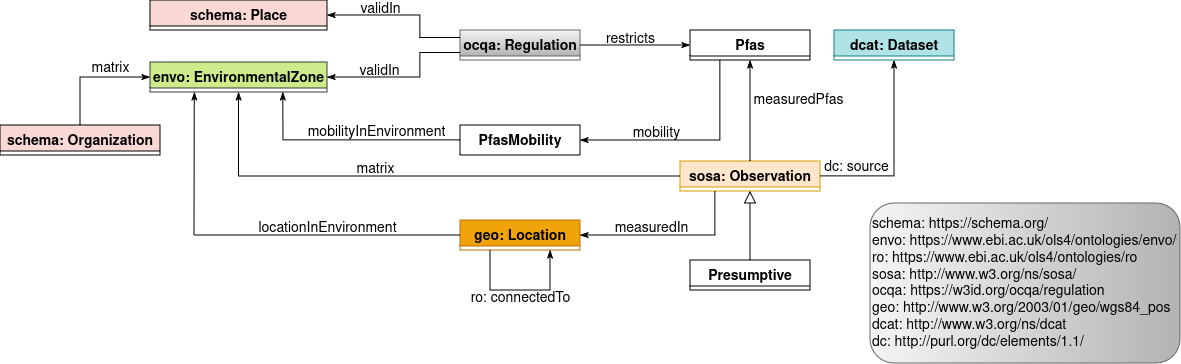
This is ontology/schemas/schema_measurement.png from davide1797/OntoPFAS, a draw.io export, as it was before one commit. Source tidied: cells renumbered, new cells last; positions are measured from the earlier drawing's top-left corner, leaving out a move shared by most shapes.
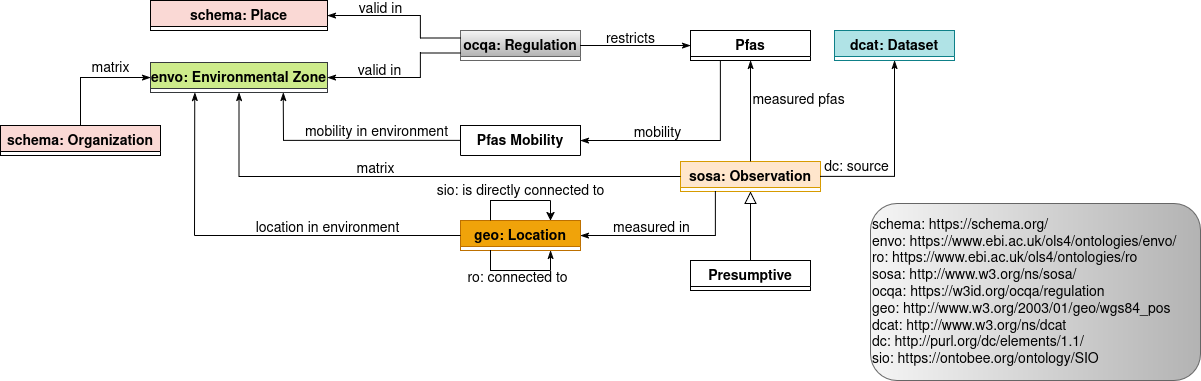
Above is the later version.

The edit, as a diff of the source:
```diff
@@ -11,13 +11,13 @@
     <mxCell id="4" value="schema: Place" style="swimlane;fontStyle=1;align=center;verticalAlign=top;horizontal=1;startSize=26;rounded=0;shadow=0;strokeWidth=1;fontSize=14;fillColor=#FAD9D5;" parent="1" vertex="1">
       <mxGeometry x="150" width="177" height="30" as="geometry" />
     </mxCell>
-    <mxCell id="5" value="envo: EnvironmentalZone" style="swimlane;fontStyle=1;align=center;verticalAlign=top;horizontal=1;startSize=26;rounded=0;shadow=0;strokeWidth=1;fontSize=14;fillColor=#CDEB8B;strokeColor=#36393d;" parent="1" vertex="1">
+    <mxCell id="5" value="envo: Environmental Zone" style="swimlane;fontStyle=1;align=center;verticalAlign=top;horizontal=1;startSize=26;rounded=0;shadow=0;strokeWidth=1;fontSize=14;fillColor=#CDEB8B;strokeColor=#36393d;" parent="1" vertex="1">
       <mxGeometry x="150" y="62" width="177" height="30" as="geometry" />
     </mxCell>
     <mxCell id="6" value="ocqa: Regulation" style="swimlane;fontStyle=1;align=center;verticalAlign=top;horizontal=1;startSize=26;rounded=0;shadow=0;strokeWidth=1;fontSize=14;fillColor=#f5f5f5;strokeColor=#666666;gradientColor=#B3B3B3;" parent="1" vertex="1">
       <mxGeometry x="460" y="30" width="120" height="30" as="geometry" />
     </mxCell>
-    <mxCell id="7" value="PfasMobility" style="swimlane;fontStyle=1;align=center;verticalAlign=top;horizontal=1;startSize=30;rounded=0;shadow=0;strokeWidth=1;fontSize=14;" parent="1" vertex="1">
+    <mxCell id="7" value="Pfas Mobility" style="swimlane;fontStyle=1;align=center;verticalAlign=top;horizontal=1;startSize=30;rounded=0;shadow=0;strokeWidth=1;fontSize=14;" parent="1" vertex="1">
       <mxGeometry x="460" y="125" width="120" height="30" as="geometry" />
     </mxCell>
     <mxCell id="8" value="sosa: Observation" style="swimlane;fontStyle=1;align=center;verticalAlign=top;horizontal=1;startSize=26;rounded=0;shadow=0;strokeWidth=1;fontSize=14;fillColor=#FFE6CC;strokeColor=#d79b00;" parent="1" vertex="1">
@@ -25,14 +25,14 @@
     </mxCell>
     <mxCell id="9" style="endArrow=none;shadow=0;strokeWidth=1;rounded=0;curved=0;endFill=0;edgeStyle=elbowEdgeStyle;elbow=vertical;exitX=0.25;exitY=1;exitDx=0;exitDy=0;" parent="1" edge="1" source="3">
       <mxGeometry x="0.5" y="41" relative="1" as="geometry">
-        <mxPoint x="550" y="280" as="targetPoint" />
+        <mxPoint x="550" y="270" as="targetPoint" />
         <Array as="points">
-          <mxPoint x="520" y="290" />
+          <mxPoint x="520" y="270" />
         </Array>
         <mxPoint x="-40" y="32" as="offset" />
       </mxGeometry>
     </mxCell>
-    <mxCell id="10" value="ro: connectedTo" style="text;html=1;align=center;verticalAlign=middle;labelBackgroundColor=none;rounded=0;shadow=0;strokeWidth=1;fontSize=14;" parent="9" vertex="1">
+    <mxCell id="10" value="ro: connected to" style="text;html=1;align=center;verticalAlign=middle;labelBackgroundColor=none;rounded=0;shadow=0;strokeWidth=1;fontSize=14;" parent="9" vertex="1">
       <mxGeometry x="0.5" y="49" relative="1" as="geometry">
         <mxPoint x="-13" y="57" as="offset" />
       </mxGeometry>
@@ -64,7 +64,7 @@
         <mxPoint x="-40" y="32" as="offset" />
       </mxGeometry>
     </mxCell>
-    <mxCell id="15" value="&lt;div&gt;measuredPfas&lt;/div&gt;" style="text;html=1;align=center;verticalAlign=middle;labelBackgroundColor=none;rounded=0;shadow=0;strokeWidth=1;fontSize=14;" parent="14" vertex="1">
+    <mxCell id="15" value="&lt;div&gt;measured pfas&lt;/div&gt;" style="text;html=1;align=center;verticalAlign=middle;labelBackgroundColor=none;rounded=0;shadow=0;strokeWidth=1;fontSize=14;" parent="14" vertex="1">
       <mxGeometry x="0.5" y="49" relative="1" as="geometry">
         <mxPoint x="97" y="15" as="offset" />
       </mxGeometry>
@@ -77,7 +77,7 @@
         <mxPoint x="-40" y="32" as="offset" />
       </mxGeometry>
     </mxCell>
-    <mxCell id="17" value="measuredIn" style="text;html=1;align=center;verticalAlign=middle;labelBackgroundColor=none;rounded=0;shadow=0;strokeWidth=1;fontSize=14;" parent="16" vertex="1">
+    <mxCell id="17" value="measured in" style="text;html=1;align=center;verticalAlign=middle;labelBackgroundColor=none;rounded=0;shadow=0;strokeWidth=1;fontSize=14;" parent="16" vertex="1">
       <mxGeometry x="0.5" y="49" relative="1" as="geometry">
         <mxPoint x="26" y="-56" as="offset" />
       </mxGeometry>
@@ -91,7 +91,7 @@
         <mxPoint x="-40" y="32" as="offset" />
       </mxGeometry>
     </mxCell>
-    <mxCell id="19" value="validIn" style="text;html=1;align=center;verticalAlign=middle;labelBackgroundColor=none;rounded=0;shadow=0;strokeWidth=1;fontSize=14;" parent="18" vertex="1">
+    <mxCell id="19" value="valid in" style="text;html=1;align=center;verticalAlign=middle;labelBackgroundColor=none;rounded=0;shadow=0;strokeWidth=1;fontSize=14;" parent="18" vertex="1">
       <mxGeometry x="0.5" y="49" relative="1" as="geometry">
         <mxPoint x="24" y="-55" as="offset" />
       </mxGeometry>
@@ -125,7 +125,7 @@
     </mxCell>
     <mxCell id="26" style="endArrow=classicThin;html=1;rounded=0;entryX=0.75;entryY=1;entryDx=0;entryDy=0;endFill=1;" parent="1" edge="1" target="3">
       <mxGeometry relative="1" as="geometry">
-        <mxPoint x="550" y="280" as="sourcePoint" />
+        <mxPoint x="550" y="270" as="sourcePoint" />
       </mxGeometry>
     </mxCell>
     <mxCell id="27" style="endArrow=none;html=1;rounded=0;entryX=0;entryY=0.25;entryDx=0;entryDy=0;" parent="1" edge="1" target="6">
@@ -146,7 +146,7 @@
         </Array>
       </mxGeometry>
     </mxCell>
-    <mxCell id="30" value="validIn" style="text;html=1;align=center;verticalAlign=middle;labelBackgroundColor=none;rounded=0;shadow=0;strokeWidth=1;fontSize=14;" parent="1" vertex="1">
+    <mxCell id="30" value="valid in" style="text;html=1;align=center;verticalAlign=middle;labelBackgroundColor=none;rounded=0;shadow=0;strokeWidth=1;fontSize=14;" parent="1" vertex="1">
       <mxGeometry x="381" y="61" as="geometry">
         <mxPoint x="-2" y="10" as="offset" />
       </mxGeometry>
@@ -159,7 +159,7 @@
         </Array>
       </mxGeometry>
     </mxCell>
-    <mxCell id="32" value="mobilityInEnvironment" style="text;html=1;align=center;verticalAlign=middle;labelBackgroundColor=none;rounded=0;shadow=0;strokeWidth=1;fontSize=14;" parent="1" vertex="1">
+    <mxCell id="32" value="mobility in environment" style="text;html=1;align=center;verticalAlign=middle;labelBackgroundColor=none;rounded=0;shadow=0;strokeWidth=1;fontSize=14;" parent="1" vertex="1">
       <mxGeometry x="376" y="132" as="geometry" />
     </mxCell>
     <mxCell id="33" style="endArrow=classicThin;html=1;rounded=0;entryX=0.5;entryY=1;entryDx=0;entryDy=0;endFill=1;" parent="1" edge="1" target="5">
@@ -172,7 +172,7 @@
         <mxPoint x="238.5" y="176" as="sourcePoint" />
       </mxGeometry>
     </mxCell>
-    <mxCell id="35" value="locationInEnvironment" style="text;html=1;align=center;verticalAlign=middle;labelBackgroundColor=none;rounded=0;shadow=0;strokeWidth=1;fontSize=14;" parent="1" vertex="1">
+    <mxCell id="35" value="location in environment" style="text;html=1;align=center;verticalAlign=middle;labelBackgroundColor=none;rounded=0;shadow=0;strokeWidth=1;fontSize=14;" parent="1" vertex="1">
       <mxGeometry x="327" y="228" as="geometry" />
     </mxCell>
     <mxCell id="36" value="matrix" style="text;html=1;align=center;verticalAlign=middle;labelBackgroundColor=none;rounded=0;shadow=0;strokeWidth=1;fontSize=14;" parent="1" vertex="1">
@@ -203,8 +203,24 @@
         <mxPoint x="-16" y="-135" as="offset" />
       </mxGeometry>
     </mxCell>
-    <mxCell id="42" value="&lt;div align=&quot;left&quot;&gt;&lt;font style=&quot;font-size: 14px;&quot;&gt;schema: https://schema.org/&lt;br&gt;envo: https://www.ebi.ac.uk/ols4/ontologies/envo/&lt;br&gt;ro: https://www.ebi.ac.uk/ols4/ontologies/ro&lt;br&gt;sosa: http://www.w3.org/ns/sosa/&lt;br&gt;ocqa: https://w3id.org/ocqa/regulation&lt;br&gt;geo: http://www.w3.org/2003/01/geo/wgs84_pos&lt;br&gt;dcat: http://www.w3.org/ns/dcat&lt;br&gt;dc: http://purl.org/dc/elements/1.1/&lt;/font&gt;&lt;/div&gt;" style="rounded=1;whiteSpace=wrap;html=1;align=left;fillColor=#f5f5f5;strokeColor=#666666;gradientColor=#b3b3b3;gradientDirection=east;" parent="1" vertex="1">
-      <mxGeometry x="870" y="203" width="310" height="160" as="geometry" />
+    <mxCell id="42" value="&lt;div align=&quot;left&quot;&gt;&lt;font style=&quot;font-size: 14px;&quot;&gt;schema: https://schema.org/&lt;br&gt;envo: https://www.ebi.ac.uk/ols4/ontologies/envo/&lt;br&gt;ro: https://www.ebi.ac.uk/ols4/ontologies/ro&lt;br&gt;sosa: http://www.w3.org/ns/sosa/&lt;br&gt;ocqa: https://w3id.org/ocqa/regulation&lt;br&gt;geo: http://www.w3.org/2003/01/geo/wgs84_pos&lt;br&gt;dcat: http://www.w3.org/ns/dcat&lt;br&gt;dc: http://purl.org/dc/elements/1.1/&lt;br&gt;sio: https://ontobee.org/ontology/SIO&lt;/font&gt;&lt;/div&gt;" style="rounded=1;whiteSpace=wrap;html=1;align=left;fillColor=#f5f5f5;strokeColor=#666666;gradientColor=#b3b3b3;gradientDirection=east;" parent="1" vertex="1">
+      <mxGeometry x="870" y="203" width="330" height="177" as="geometry" />
     </mxCell>
+    <mxCell id="43" style="endArrow=none;html=1;rounded=0;exitX=0.25;exitY=0;exitDx=0;exitDy=0;" parent="1" edge="1" source="3">
+      <mxGeometry relative="1" as="geometry">
+        <mxPoint x="550" y="200" as="targetPoint" />
+        <Array as="points">
+          <mxPoint x="490" y="200" />
+        </Array>
+      </mxGeometry>
+    </mxCell>
+    <mxCell id="44" style="endArrow=classic;html=1;rounded=0;entryX=0.75;entryY=0;entryDx=0;entryDy=0;" parent="1" edge="1" target="3">
+      <mxGeometry relative="1" as="geometry">
+        <mxPoint x="550" y="200" as="sourcePoint" />
+      </mxGeometry>
+    </mxCell>
+    <mxCell id="45" value="sio: is directly connected to" style="text;html=1;align=center;verticalAlign=middle;labelBackgroundColor=none;rounded=0;shadow=0;strokeWidth=1;fontSize=14;" parent="1" vertex="1">
+      <mxGeometry x="520" y="191" as="geometry" />
+    </mxCell>
   </root>
 </mxGraphModel>
```
